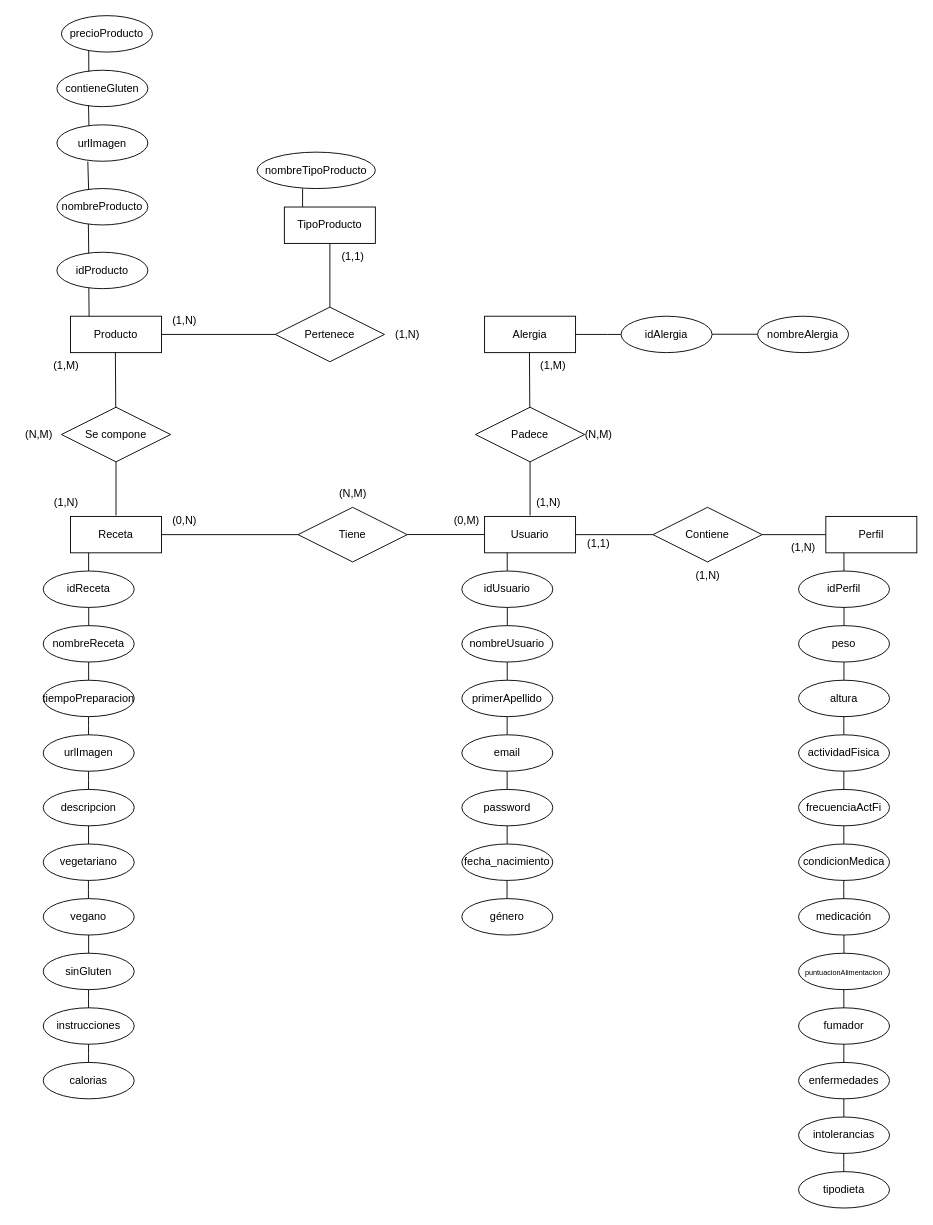
Jootgitoo/proyecto-final keeps this draw.io diagram as diagramas/diagrama-entidad-relacion.drawio. Above is the earlier version. Source tidied: cells renumbered, new cells numbered last; positions are measured from the earlier drawing's top-left corner, leaving out a move shared by most shapes. Both pictures are drawn from the tidied source at 91%, with x=0, y=0 at pixel (15, 15).
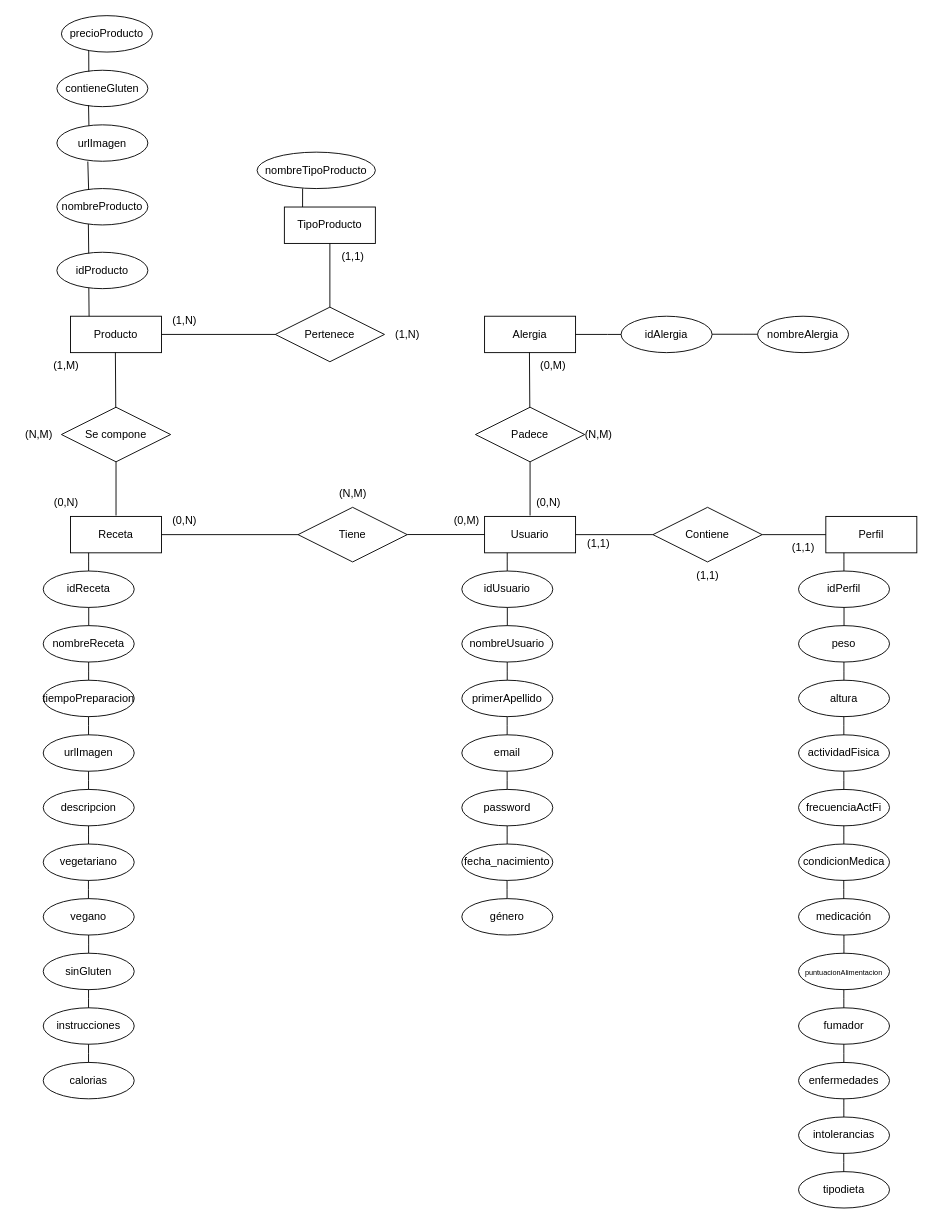
The same page after the edit.

Change to the diagram source:
```diff
@@
-    <mxCell id="7" value="(1,N)" style="text;html=1;align=center;verticalAlign=middle;strokeColor=none;fillColor=none;" parent="1" vertex="1">
+    <mxCell id="7" value="(1,1)" style="text;html=1;align=center;verticalAlign=middle;strokeColor=none;fillColor=none;" parent="1" vertex="1">
       <mxGeometry x="840" y="570" width="50" height="30" as="geometry" />
     </mxCell>
-    <mxCell id="8" value="(1,N)" style="text;html=1;align=center;verticalAlign=middle;strokeColor=none;fillColor=none;" parent="1" vertex="1">
+    <mxCell id="8" value="(1,1)" style="text;html=1;align=center;verticalAlign=middle;strokeColor=none;fillColor=none;" parent="1" vertex="1">
       <mxGeometry x="735" y="600" width="50" height="30" as="geometry" />
     </mxCell>
@@
-    <mxCell id="51" value="(1,N)" style="text;html=1;align=center;verticalAlign=middle;strokeColor=none;fillColor=none;" parent="1" vertex="1">
+    <mxCell id="51" value="(0,N)" style="text;html=1;align=center;verticalAlign=middle;strokeColor=none;fillColor=none;" parent="1" vertex="1">
       <mxGeometry x="560" y="520" width="50" height="30" as="geometry" />
     </mxCell>
-    <mxCell id="52" value="(1,M)" style="text;html=1;align=center;verticalAlign=middle;strokeColor=none;fillColor=none;" parent="1" vertex="1">
+    <mxCell id="52" value="(0,M)" style="text;html=1;align=center;verticalAlign=middle;strokeColor=none;fillColor=none;" parent="1" vertex="1">
       <mxGeometry x="565" y="370" width="50" height="30" as="geometry" />
     </mxCell>
@@
-    <mxCell id="90" value="(1,N)" style="text;html=1;align=center;verticalAlign=middle;strokeColor=none;fillColor=none;" parent="1" vertex="1">
+    <mxCell id="90" value="(0,N)" style="text;html=1;align=center;verticalAlign=middle;strokeColor=none;fillColor=none;" parent="1" vertex="1">
       <mxGeometry x="30" y="520" width="50" height="30" as="geometry" />
     </mxCell>
```
